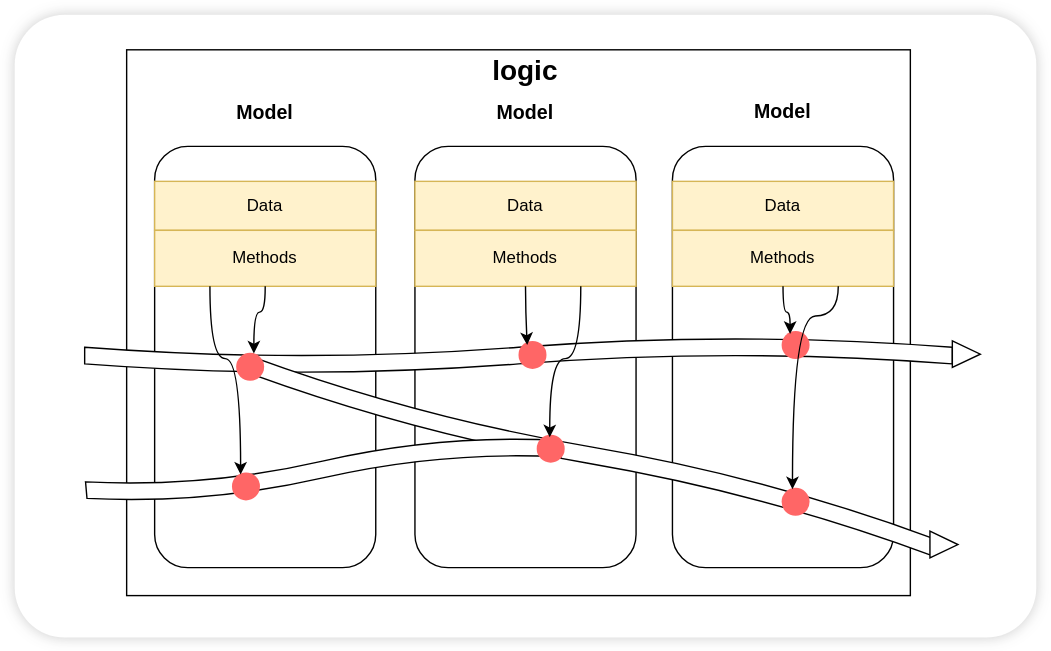
fluthjs/fluth-vue keeps this draw.io diagram as packages/public/logic-flow.drawio.svg. Above is the earlier version. Source tidied: cells renumbered, new cells last; positions are measured from the earlier drawing's top-left corner, leaving out a move shared by most shapes.
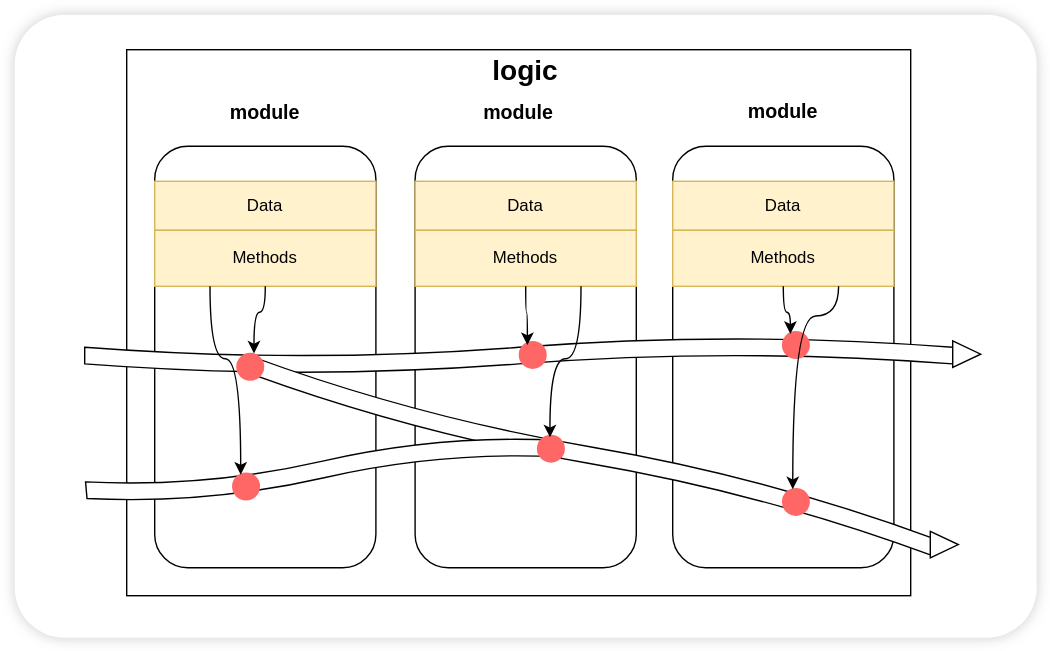
The same diagram one commit later.

The edit, as a diff of the source:
```diff
@@ -11,13 +11,13 @@
     <mxCell id="4" value="&lt;font style=&quot;font-size: 20px;&quot;&gt;&lt;b&gt;logic&lt;/b&gt;&lt;/font&gt;" style="text;html=1;align=center;verticalAlign=middle;whiteSpace=wrap;rounded=0;fontFamily=Helvetica;fontSize=11;fontColor=default;labelBackgroundColor=default;" parent="1" vertex="1">
       <mxGeometry x="335" y="24" width="60" height="30" as="geometry" />
     </mxCell>
-    <mxCell id="5" value="&lt;b&gt;&lt;font style=&quot;font-size: 14px;&quot;&gt;Model&lt;/font&gt;&lt;/b&gt;" style="text;html=1;align=center;verticalAlign=middle;whiteSpace=wrap;rounded=0;" parent="1" vertex="1">
+    <mxCell id="5" value="&lt;div style=&quot;text-align: start;&quot;&gt;&lt;font style=&quot;font-size: 14px;&quot;&gt;&lt;b&gt;module&lt;/b&gt;&lt;/font&gt;&lt;/div&gt;" style="text;html=1;align=center;verticalAlign=middle;whiteSpace=wrap;rounded=0;" parent="1" vertex="1">
       <mxGeometry x="149" y="55" width="60" height="30" as="geometry" />
     </mxCell>
-    <mxCell id="6" value="&lt;b&gt;&lt;font style=&quot;font-size: 14px;&quot;&gt;Model&lt;/font&gt;&lt;/b&gt;" style="text;html=1;align=center;verticalAlign=middle;whiteSpace=wrap;rounded=0;" parent="1" vertex="1">
-      <mxGeometry x="335" y="55" width="60" height="30" as="geometry" />
+    <mxCell id="6" value="&lt;span style=&quot;font-size: 14px;&quot;&gt;&lt;b&gt;module&lt;/b&gt;&lt;/span&gt;" style="text;html=1;align=center;verticalAlign=middle;whiteSpace=wrap;rounded=0;" parent="1" vertex="1">
+      <mxGeometry x="330" y="55" width="60" height="30" as="geometry" />
     </mxCell>
-    <mxCell id="7" value="&lt;b&gt;&lt;font style=&quot;font-size: 14px;&quot;&gt;Model&lt;/font&gt;&lt;/b&gt;" style="text;html=1;align=center;verticalAlign=middle;whiteSpace=wrap;rounded=0;" parent="1" vertex="1">
+    <mxCell id="7" value="&lt;b&gt;&lt;font style=&quot;font-size: 14px;&quot;&gt;module&lt;/font&gt;&lt;/b&gt;" style="text;html=1;align=center;verticalAlign=middle;whiteSpace=wrap;rounded=0;" parent="1" vertex="1">
       <mxGeometry x="519" y="54" width="60" height="30" as="geometry" />
     </mxCell>
     <mxCell id="8" style="rounded=1;whiteSpace=wrap;html=1;" parent="1" vertex="1">
```
